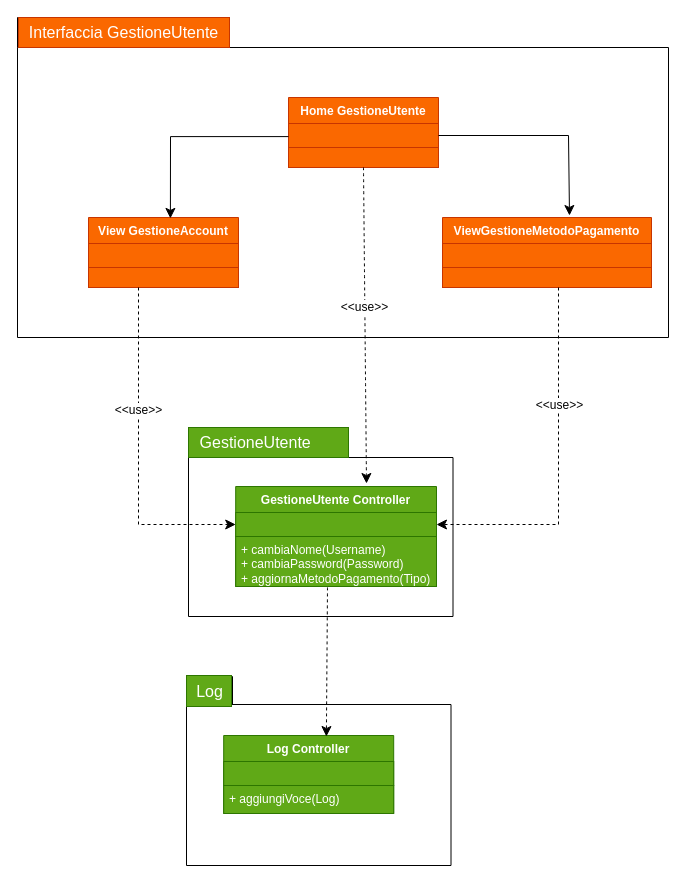
Earlier version of the draw.io diagram Diagrammi_Package/Classi/Diagramma senza titolo.drawio (JosephBoom02/Progetto_Ingegneria_del_Software). Source tidied: cells renumbered, new cells numbered last; positions are measured from the earlier drawing's top-left corner, leaving out a move shared by most shapes. Both pictures are drawn from the tidied source at 100%, with x=0, y=0 at pixel (17, 17).
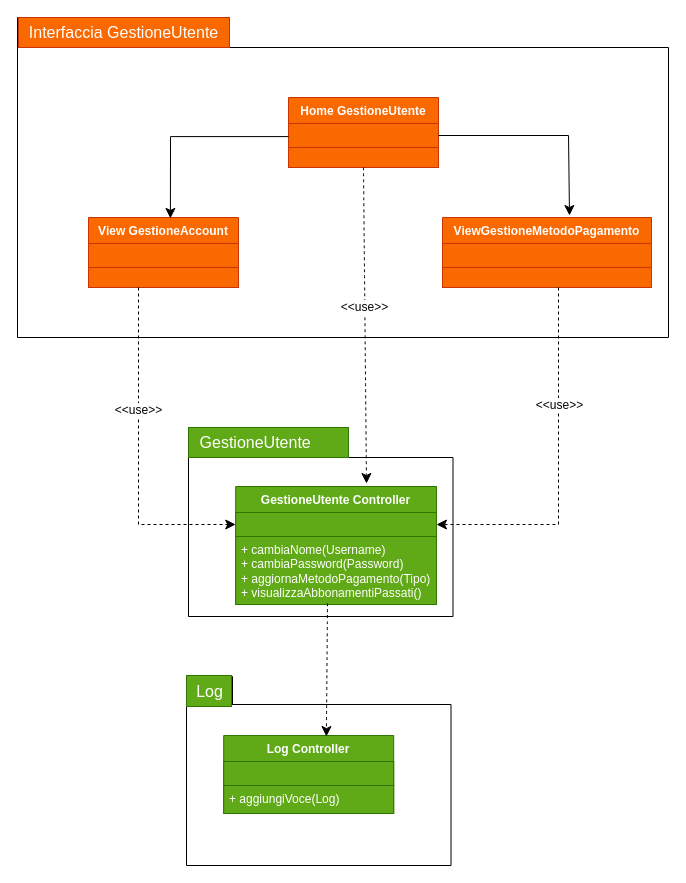
The same diagram, later.

Unchanged cells that the change refers to:
```xml
<mxCell id="34" value="Log Controller" style="swimlane;fontStyle=1;align=center;verticalAlign=top;horizontal=1;startSize=26;whiteSpace=wrap;html=1;fillColor=#60a917;fontColor=#ffffff;strokeColor=#2D7600;" parent="1" vertex="1">
  <mxGeometry x="206.2" y="718" width="170" height="78" as="geometry" />
</mxCell>
```

Change to the diagram source:
```diff
@@
     <mxCell id="19" value="&lt;font color=&quot;#ffffff&quot;&gt;GestioneUtente Controller&lt;br&gt;&lt;/font&gt;" style="swimlane;fontStyle=1;align=center;verticalAlign=top;horizontal=1;startSize=26;whiteSpace=wrap;html=1;fillColor=#60a917;fontColor=#ffffff;strokeColor=#2D7600;" parent="1" vertex="1">
-      <mxGeometry x="218.2" y="469" width="200.8" height="100" as="geometry" />
+      <mxGeometry x="218.2" y="469" width="200.8" height="118" as="geometry" />
     </mxCell>
@@
-    <mxCell id="22" value="&lt;div&gt;+ cambiaNome(Username)&lt;/div&gt;&lt;div&gt;+ cambiaPassword(Password)&lt;br&gt;&lt;/div&gt;&lt;div&gt;+ aggiornaMetodoPagamento(Tipo)&lt;br&gt;&lt;/div&gt;" style="text;strokeColor=#2D7600;fillColor=#60a917;align=left;verticalAlign=top;spacingLeft=4;spacingRight=4;overflow=hidden;whiteSpace=wrap;html=1;fontColor=#ffffff;" parent="19" vertex="1">
-      <mxGeometry y="50" width="200.8" height="50" as="geometry" />
+    <mxCell id="22" value="&lt;div&gt;+ cambiaNome(Username)&lt;/div&gt;&lt;div&gt;+ cambiaPassword(Password)&lt;br&gt;&lt;/div&gt;&lt;div&gt;+ aggiornaMetodoPagamento(Tipo)&lt;br&gt;&lt;/div&gt;&lt;div&gt;+ visualizzaAbbonamentiPassati()&lt;br&gt;&lt;/div&gt;" style="text;strokeColor=#2D7600;fillColor=#60a917;align=left;verticalAlign=top;spacingLeft=4;spacingRight=4;overflow=hidden;whiteSpace=wrap;html=1;fontColor=#ffffff;" parent="19" vertex="1">
+      <mxGeometry y="50" width="200.8" height="68" as="geometry" />
     </mxCell>
@@
     <mxCell id="38" style="edgeStyle=none;curved=1;rounded=0;jettySize=auto;html=1;entryX=0.604;entryY=0.013;entryDx=0;entryDy=0;entryPerimeter=0;fontSize=12;startSize=8;endSize=8;dashed=1;" parent="1" edge="1" target="34">
       <mxGeometry relative="1" as="geometry">
-        <mxPoint x="310" y="570" as="sourcePoint" />
+        <mxPoint x="310" y="586" as="sourcePoint" />
       </mxGeometry>
     </mxCell>
```
